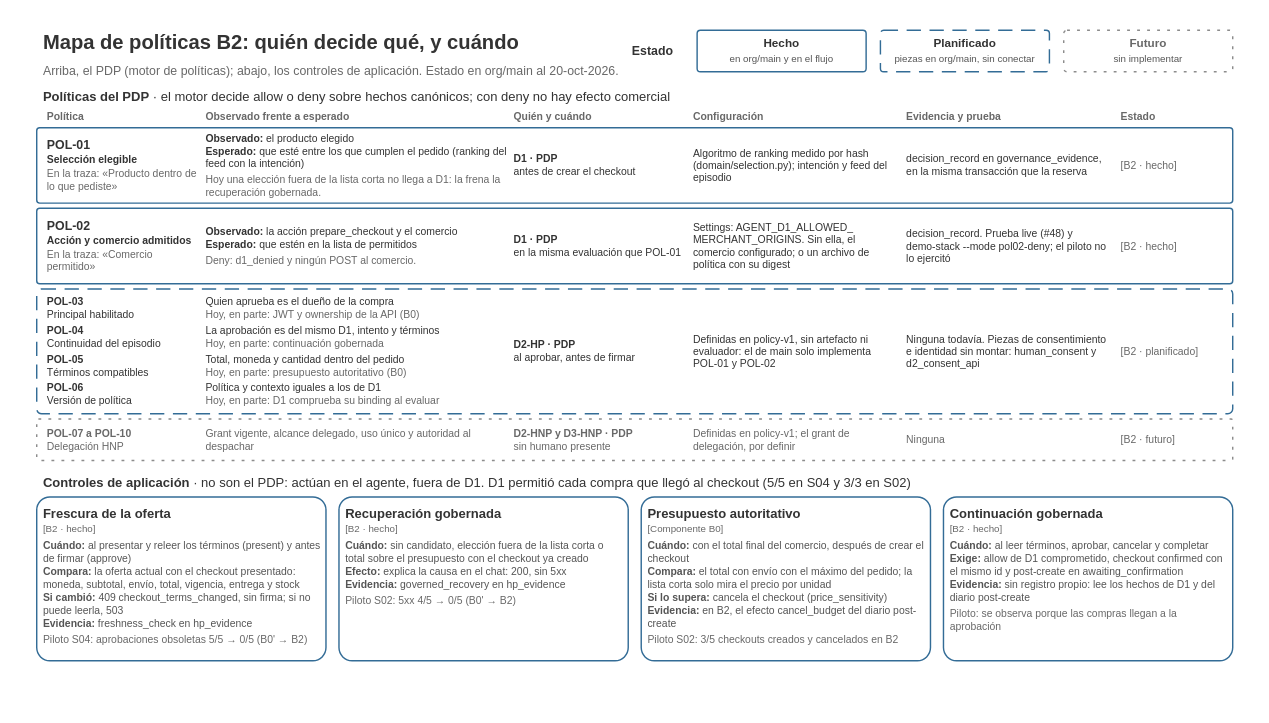
Above: docs/diagrams/policy-map.drawio in Tesis-Agentes-Comerciales/tesis-commerce-agent (draw.io), before the change. Source tidied: cells renumbered, new cells numbered last; positions are measured from the earlier drawing's top-left corner, leaving out a move shared by most shapes. Both pictures are drawn from the tidied source at 65%, with x=0, y=0 at pixel (11, 11).
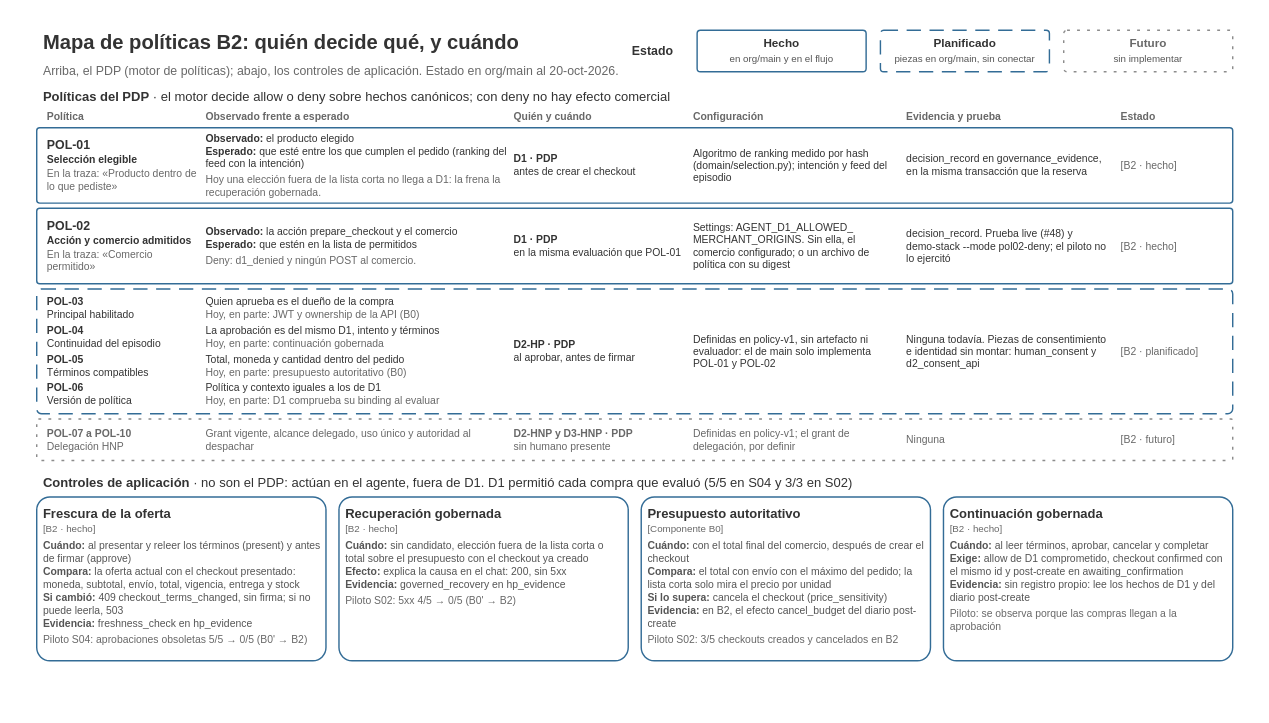
After the change.

Diff of the diagram source:
```diff
@@
-    <mxCell id="50" value="&lt;b&gt;Controles de aplicación&lt;/b&gt; · no son el PDP: actúan en el agente, fuera de D1. D1 permitió cada compra que llegó al checkout (5/5 en S04 y 3/3 en S02)" style="text;html=1;whiteSpace=wrap;fillColor=none;strokeColor=none;fontFamily=Arial;fontSize=20;fontColor=#333333;align=left;verticalAlign=middle;spacing=0;" parent="1" vertex="1">
+    <mxCell id="50" value="&lt;b&gt;Controles de aplicación&lt;/b&gt; · no son el PDP: actúan en el agente, fuera de D1. D1 permitió cada compra que evaluó (5/5 en S04 y 3/3 en S02)" style="text;html=1;whiteSpace=wrap;fillColor=none;strokeColor=none;fontFamily=Arial;fontSize=20;fontColor=#333333;align=left;verticalAlign=middle;spacing=0;" parent="1" vertex="1">
       <mxGeometry x="49" y="709" width="1800" height="30" as="geometry" />
     </mxCell>
```
